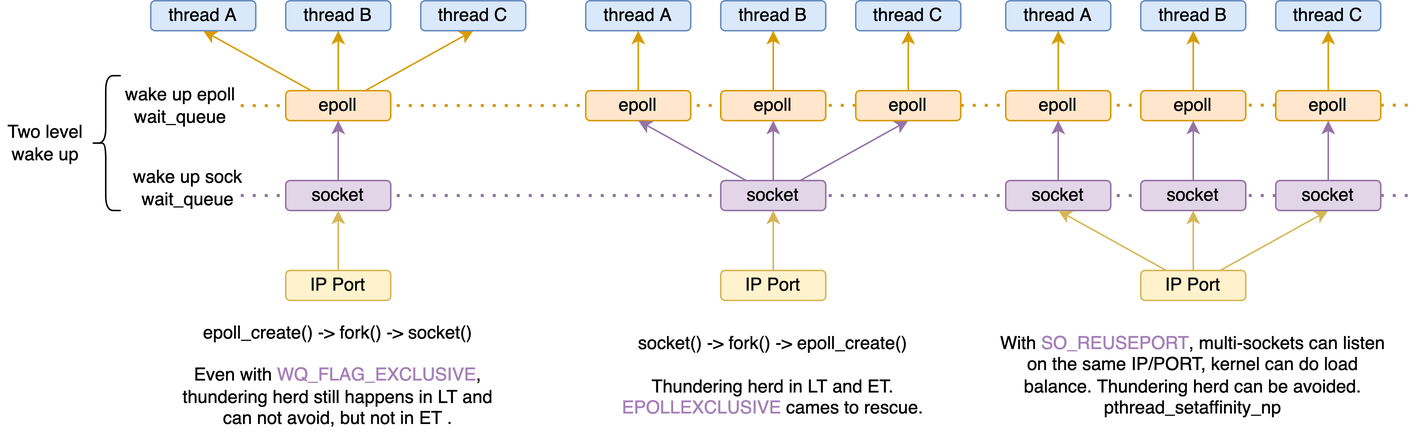
Earlier version of the draw.io export images/kernel/net-epoll-thread-model.png (jemmy512/book-notes). Source tidied: cells renumbered, new cells last; positions are measured from the earlier drawing's top-left corner, leaving out a move shared by most shapes.
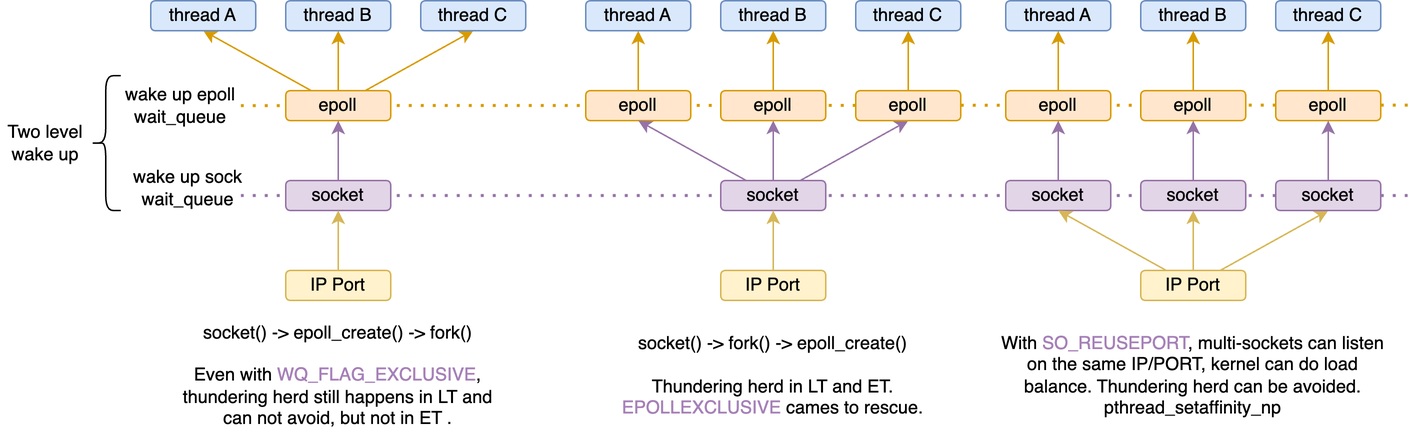
Above is the later version.

The edit, as a diff of the source:
```diff
@@ -152,7 +152,7 @@
     <mxCell id="49" value="With &lt;font color=&quot;#a680b8&quot;&gt;SO_REUSEPORT&lt;/font&gt;, multi-sockets can listen on the same IP/PORT, kernel can do load balance. Thundering herd can be avoided.&lt;br&gt;pthread_setaffinity_np" style="text;html=1;strokeColor=none;fillColor=none;align=center;verticalAlign=middle;whiteSpace=wrap;rounded=0;" parent="1" vertex="1">
       <mxGeometry x="662" y="210" width="266" height="80" as="geometry" />
     </mxCell>
-    <mxCell id="50" value="epoll_create() -&amp;gt; fork() -&amp;gt; socket()&lt;br&gt;&lt;br&gt;Even with &lt;font color=&quot;#a680b8&quot;&gt;WQ_FLAG_EXCLUSIVE&lt;/font&gt;, thundering herd still happens in LT and can not avoid, but not in ET ." style="text;html=1;strokeColor=none;fillColor=none;align=center;verticalAlign=middle;whiteSpace=wrap;rounded=0;" parent="1" vertex="1">
+    <mxCell id="50" value="socket() -&amp;gt; epoll_create() -&amp;gt; fork()&lt;br&gt;&lt;br&gt;Even with &lt;font color=&quot;#a680b8&quot;&gt;WQ_FLAG_EXCLUSIVE&lt;/font&gt;, thundering herd still happens in LT and can not avoid, but not in ET ." style="text;html=1;strokeColor=none;fillColor=none;align=center;verticalAlign=middle;whiteSpace=wrap;rounded=0;" parent="1" vertex="1">
       <mxGeometry x="120" y="210" width="210" height="80" as="geometry" />
     </mxCell>
     <mxCell id="51" value="socket() -&amp;gt; fork() -&amp;gt; epoll_create()&lt;br&gt;&lt;br&gt;Thundering herd in LT and ET.&lt;br&gt;&lt;font color=&quot;#a680b8&quot;&gt;EPOLLEXCLUSIVE&lt;/font&gt; cames to&amp;nbsp;rescue." style="text;html=1;strokeColor=none;fillColor=none;align=center;verticalAlign=middle;whiteSpace=wrap;rounded=0;" parent="1" vertex="1">
```
